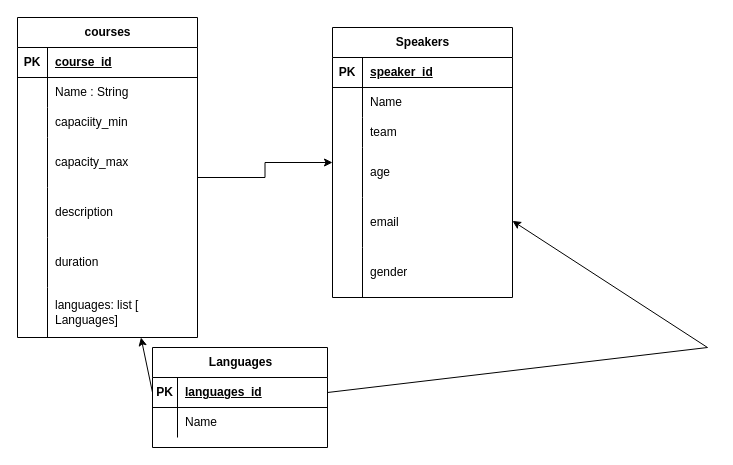
Above: Diagrama sense títol.drawio in JBadiaAn/MyFirstRepo (draw.io), before the change. Source tidied: cells renumbered, new cells numbered last; positions are measured from the earlier drawing's top-left corner, leaving out a move shared by most shapes. Both pictures are drawn from the tidied source at 100%, with x=0, y=0 at pixel (17, 17).
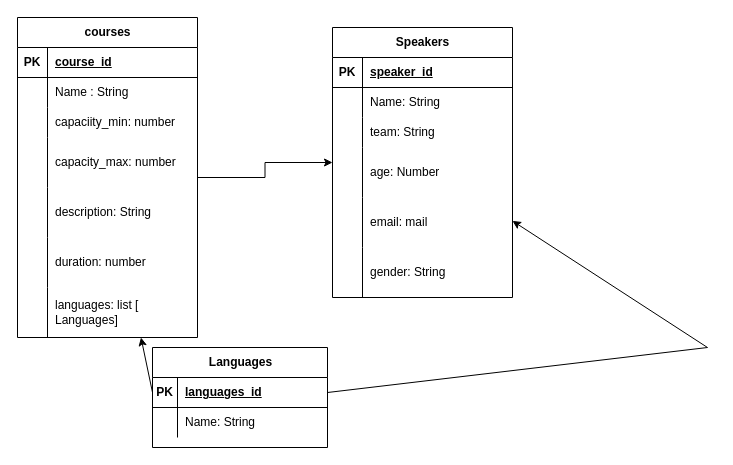
Above is the later version.

Unchanged cells that the change refers to:
```xml
<mxCell id="10" style="shape=tableRow;horizontal=0;startSize=0;swimlaneHead=0;swimlaneBody=0;fillColor=none;top=0;left=0;right=0;bottom=0;" parent="3" vertex="1">
  <mxGeometry y="90" width="180" height="30" as="geometry" />
</mxCell>
<mxCell id="13" style="shape=tableRow;horizontal=0;startSize=0;swimlaneHead=0;swimlaneBody=0;fillColor=none;top=0;left=0;right=0;bottom=0;" parent="3" vertex="1">
  <mxGeometry y="120" width="180" height="50" as="geometry" />
</mxCell>
<mxCell id="16" style="shape=tableRow;horizontal=0;startSize=0;swimlaneHead=0;swimlaneBody=0;fillColor=none;top=0;left=0;right=0;bottom=0;" parent="3" vertex="1">
  <mxGeometry y="170" width="180" height="50" as="geometry" />
</mxCell>
<mxCell id="19" style="shape=tableRow;horizontal=0;startSize=0;swimlaneHead=0;swimlaneBody=0;fillColor=none;top=0;left=0;right=0;bottom=0;" parent="3" vertex="1">
  <mxGeometry y="220" width="180" height="50" as="geometry" />
</mxCell>
<mxCell id="29" style="shape=tableRow;horizontal=0;startSize=0;swimlaneHead=0;swimlaneBody=0;fillColor=none;top=0;left=0;right=0;bottom=0;" parent="25" vertex="1">
  <mxGeometry y="60" width="180" height="30" as="geometry" />
</mxCell>
<mxCell id="32" style="shape=tableRow;horizontal=0;startSize=0;swimlaneHead=0;swimlaneBody=0;fillColor=none;top=0;left=0;right=0;bottom=0;" parent="25" vertex="1">
  <mxGeometry y="90" width="180" height="30" as="geometry" />
</mxCell>
<mxCell id="35" style="shape=tableRow;horizontal=0;startSize=0;swimlaneHead=0;swimlaneBody=0;fillColor=none;top=0;left=0;right=0;bottom=0;" parent="25" vertex="1">
  <mxGeometry y="120" width="180" height="50" as="geometry" />
</mxCell>
<mxCell id="38" style="shape=tableRow;horizontal=0;startSize=0;swimlaneHead=0;swimlaneBody=0;fillColor=none;top=0;left=0;right=0;bottom=0;" parent="25" vertex="1">
  <mxGeometry y="170" width="180" height="50" as="geometry" />
</mxCell>
<mxCell id="41" style="shape=tableRow;horizontal=0;startSize=0;swimlaneHead=0;swimlaneBody=0;fillColor=none;top=0;left=0;right=0;bottom=0;" parent="25" vertex="1">
  <mxGeometry y="220" width="180" height="50" as="geometry" />
</mxCell>
<mxCell id="48" style="shape=tableRow;horizontal=0;startSize=0;swimlaneHead=0;swimlaneBody=0;fillColor=none;top=0;left=0;right=0;bottom=0;" parent="44" vertex="1">
  <mxGeometry y="60" width="175" height="30" as="geometry" />
</mxCell>
```

What changed in the source:
```diff
@@
-    <mxCell id="12" value="capaciity_min" style="shape=partialRectangle;fillColor=none;top=0;left=0;bottom=0;right=0;align=left;spacingLeft=6;overflow=hidden;whiteSpace=wrap;html=1;" parent="10" vertex="1">
+    <mxCell id="12" value="capaciity_min: number" style="shape=partialRectangle;fillColor=none;top=0;left=0;bottom=0;right=0;align=left;spacingLeft=6;overflow=hidden;whiteSpace=wrap;html=1;" parent="10" vertex="1">
       <mxGeometry x="30" width="150" height="30" as="geometry" />
     </mxCell>
@@
-    <mxCell id="15" value="capacity_max" style="shape=partialRectangle;fillColor=none;top=0;left=0;bottom=0;right=0;align=left;spacingLeft=6;overflow=hidden;whiteSpace=wrap;html=1;" parent="13" vertex="1">
+    <mxCell id="15" value="capacity_max: number" style="shape=partialRectangle;fillColor=none;top=0;left=0;bottom=0;right=0;align=left;spacingLeft=6;overflow=hidden;whiteSpace=wrap;html=1;" parent="13" vertex="1">
       <mxGeometry x="30" width="150" height="50" as="geometry" />
     </mxCell>
@@
-    <mxCell id="18" value="description" style="shape=partialRectangle;fillColor=none;top=0;left=0;bottom=0;right=0;align=left;spacingLeft=6;overflow=hidden;whiteSpace=wrap;html=1;" parent="16" vertex="1">
+    <mxCell id="18" value="description: String" style="shape=partialRectangle;fillColor=none;top=0;left=0;bottom=0;right=0;align=left;spacingLeft=6;overflow=hidden;whiteSpace=wrap;html=1;" parent="16" vertex="1">
       <mxGeometry x="30" width="150" height="50" as="geometry" />
     </mxCell>
@@
-    <mxCell id="21" value="duration" style="shape=partialRectangle;fillColor=none;top=0;left=0;bottom=0;right=0;align=left;spacingLeft=6;overflow=hidden;whiteSpace=wrap;html=1;" parent="19" vertex="1">
+    <mxCell id="21" value="duration: number" style="shape=partialRectangle;fillColor=none;top=0;left=0;bottom=0;right=0;align=left;spacingLeft=6;overflow=hidden;whiteSpace=wrap;html=1;" parent="19" vertex="1">
       <mxGeometry x="30" width="150" height="50" as="geometry" />
     </mxCell>
@@
-    <mxCell id="31" value="Name" style="shape=partialRectangle;fillColor=none;top=0;left=0;bottom=0;right=0;align=left;spacingLeft=6;overflow=hidden;whiteSpace=wrap;html=1;" parent="29" vertex="1">
+    <mxCell id="31" value="Name: String" style="shape=partialRectangle;fillColor=none;top=0;left=0;bottom=0;right=0;align=left;spacingLeft=6;overflow=hidden;whiteSpace=wrap;html=1;" parent="29" vertex="1">
       <mxGeometry x="30" width="150" height="30" as="geometry" />
     </mxCell>
@@
-    <mxCell id="34" value="team" style="shape=partialRectangle;fillColor=none;top=0;left=0;bottom=0;right=0;align=left;spacingLeft=6;overflow=hidden;whiteSpace=wrap;html=1;" parent="32" vertex="1">
+    <mxCell id="34" value="team: String" style="shape=partialRectangle;fillColor=none;top=0;left=0;bottom=0;right=0;align=left;spacingLeft=6;overflow=hidden;whiteSpace=wrap;html=1;" parent="32" vertex="1">
       <mxGeometry x="30" width="150" height="30" as="geometry" />
     </mxCell>
@@
-    <mxCell id="37" value="age" style="shape=partialRectangle;fillColor=none;top=0;left=0;bottom=0;right=0;align=left;spacingLeft=6;overflow=hidden;whiteSpace=wrap;html=1;" parent="35" vertex="1">
+    <mxCell id="37" value="age: Number" style="shape=partialRectangle;fillColor=none;top=0;left=0;bottom=0;right=0;align=left;spacingLeft=6;overflow=hidden;whiteSpace=wrap;html=1;" parent="35" vertex="1">
       <mxGeometry x="30" width="150" height="50" as="geometry" />
     </mxCell>
@@
-    <mxCell id="40" value="email" style="shape=partialRectangle;fillColor=none;top=0;left=0;bottom=0;right=0;align=left;spacingLeft=6;overflow=hidden;whiteSpace=wrap;html=1;" parent="38" vertex="1">
+    <mxCell id="40" value="email: mail" style="shape=partialRectangle;fillColor=none;top=0;left=0;bottom=0;right=0;align=left;spacingLeft=6;overflow=hidden;whiteSpace=wrap;html=1;" parent="38" vertex="1">
       <mxGeometry x="30" width="150" height="50" as="geometry" />
     </mxCell>
@@
-    <mxCell id="43" value="gender" style="shape=partialRectangle;fillColor=none;top=0;left=0;bottom=0;right=0;align=left;spacingLeft=6;overflow=hidden;whiteSpace=wrap;html=1;" parent="41" vertex="1">
+    <mxCell id="43" value="gender: String" style="shape=partialRectangle;fillColor=none;top=0;left=0;bottom=0;right=0;align=left;spacingLeft=6;overflow=hidden;whiteSpace=wrap;html=1;" parent="41" vertex="1">
       <mxGeometry x="30" width="150" height="50" as="geometry" />
     </mxCell>
@@
-    <mxCell id="50" value="Name" style="shape=partialRectangle;fillColor=none;top=0;left=0;bottom=0;right=0;align=left;spacingLeft=6;overflow=hidden;whiteSpace=wrap;html=1;" parent="48" vertex="1">
+    <mxCell id="50" value="Name: String" style="shape=partialRectangle;fillColor=none;top=0;left=0;bottom=0;right=0;align=left;spacingLeft=6;overflow=hidden;whiteSpace=wrap;html=1;" parent="48" vertex="1">
       <mxGeometry x="25" width="150" height="30" as="geometry" />
     </mxCell>
```
